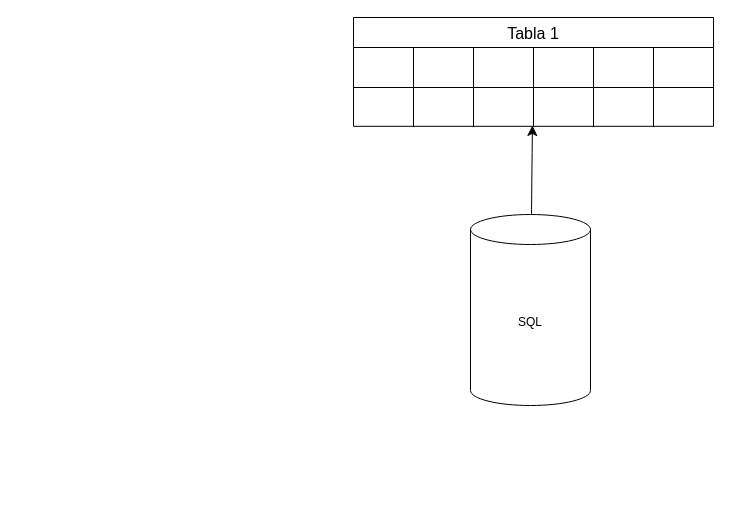
Before: Diagrama sin título.drawio in Andreszxc2001/Sistema-Integral-de-Asistencias-SIA-, a draw.io diagram. Source tidied: cells renumbered, new cells numbered last; positions are measured from the earlier drawing's top-left corner, leaving out a move shared by most shapes. Both pictures are drawn from the tidied source at 100%, with x=0, y=0 at pixel (353, 17).
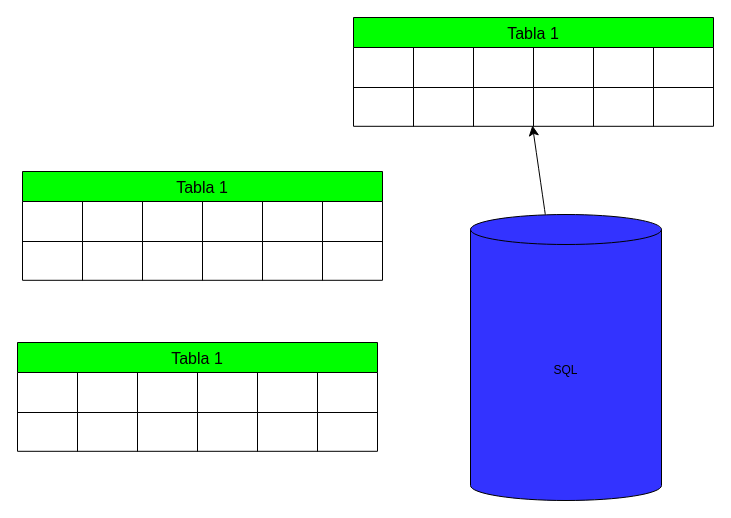
Above is the later version.

The edit, as a diff of the source:
```diff
@@
-<mxGraphModel>
+<mxGraphModel background="#ffffff">
@@
-    <mxCell id="2" value="SQL" style="shape=cylinder3;whiteSpace=wrap;html=1;boundedLbl=1;backgroundOutline=1;size=15;" parent="1" vertex="1">
-      <mxGeometry x="117" y="197" width="120" height="191" as="geometry" />
+    <mxCell id="2" value="SQL" style="shape=cylinder3;whiteSpace=wrap;html=1;boundedLbl=1;backgroundOutline=1;size=15;fillColor=#3333FF;" parent="1" vertex="1">
+      <mxGeometry x="117" y="197" width="191" height="286" as="geometry" />
     </mxCell>
-    <mxCell id="3" value="Tabla 1" style="shape=table;startSize=30;childLayout=tableLayout;strokeColor=default;fontSize=16;" parent="1" vertex="1">
+    <mxCell id="3" value="Tabla 1" style="shape=table;startSize=30;childLayout=tableLayout;strokeColor=#000000;fontSize=16;fillColor=#00FF00;" parent="1" vertex="1">
       <mxGeometry width="360" height="108.8" as="geometry" />
     </mxCell>
@@
+    <mxCell id="19" value="Tabla 1" style="shape=table;startSize=30;childLayout=tableLayout;strokeColor=#000000;fontSize=16;fillColor=#00FF00;" parent="1" vertex="1">
+      <mxGeometry x="-331" y="154" width="360" height="108.8" as="geometry" />
+    </mxCell>
+    <mxCell id="20" style="shape=tableRow;horizontal=0;startSize=0;swimlaneHead=0;swimlaneBody=0;strokeColor=inherit;top=0;left=0;bottom=0;right=0;fillColor=none;fontSize=16;" parent="19" vertex="1">
+      <mxGeometry y="30" width="360" height="40" as="geometry" />
+    </mxCell>
+    <mxCell id="21" style="shape=partialRectangle;html=1;whiteSpace=wrap;strokeColor=inherit;overflow=hidden;fillColor=none;top=0;left=0;bottom=0;right=0;fontSize=16;" parent="20" vertex="1">
+      <mxGeometry width="60" height="40" as="geometry" />
+    </mxCell>
+    <mxCell id="22" style="shape=partialRectangle;html=1;whiteSpace=wrap;strokeColor=inherit;overflow=hidden;fillColor=none;top=0;left=0;bottom=0;right=0;fontSize=16;" parent="20" vertex="1">
+      <mxGeometry x="60" width="60" height="40" as="geometry" />
+    </mxCell>
+    <mxCell id="23" style="shape=partialRectangle;html=1;whiteSpace=wrap;strokeColor=inherit;overflow=hidden;fillColor=none;top=0;left=0;bottom=0;right=0;fontSize=16;" parent="20" vertex="1">
+      <mxGeometry x="120" width="60" height="40" as="geometry" />
+    </mxCell>
+    <mxCell id="24" style="shape=partialRectangle;html=1;whiteSpace=wrap;strokeColor=inherit;overflow=hidden;fillColor=none;top=0;left=0;bottom=0;right=0;fontSize=16;" parent="20" vertex="1">
+      <mxGeometry x="180" width="60" height="40" as="geometry" />
+    </mxCell>
+    <mxCell id="25" style="shape=partialRectangle;html=1;whiteSpace=wrap;strokeColor=inherit;overflow=hidden;fillColor=none;top=0;left=0;bottom=0;right=0;fontSize=16;" parent="20" vertex="1">
+      <mxGeometry x="240" width="60" height="40" as="geometry" />
+    </mxCell>
+    <mxCell id="26" style="shape=partialRectangle;html=1;whiteSpace=wrap;strokeColor=inherit;overflow=hidden;fillColor=none;top=0;left=0;bottom=0;right=0;fontSize=16;" parent="20" vertex="1">
+      <mxGeometry x="300" width="60" height="40" as="geometry" />
+    </mxCell>
+    <mxCell id="27" style="shape=tableRow;horizontal=0;startSize=0;swimlaneHead=0;swimlaneBody=0;strokeColor=inherit;top=0;left=0;bottom=0;right=0;fillColor=none;fontSize=16;" parent="19" vertex="1">
+      <mxGeometry y="70" width="360" height="39" as="geometry" />
+    </mxCell>
+    <mxCell id="28" style="shape=partialRectangle;html=1;whiteSpace=wrap;strokeColor=inherit;overflow=hidden;fillColor=none;top=0;left=0;bottom=0;right=0;fontSize=16;" parent="27" vertex="1">
+      <mxGeometry width="60" height="39" as="geometry" />
+    </mxCell>
+    <mxCell id="29" style="shape=partialRectangle;html=1;whiteSpace=wrap;strokeColor=inherit;overflow=hidden;fillColor=none;top=0;left=0;bottom=0;right=0;fontSize=16;" parent="27" vertex="1">
+      <mxGeometry x="60" width="60" height="39" as="geometry" />
+    </mxCell>
+    <mxCell id="30" style="shape=partialRectangle;html=1;whiteSpace=wrap;strokeColor=inherit;overflow=hidden;fillColor=none;top=0;left=0;bottom=0;right=0;fontSize=16;" parent="27" vertex="1">
+      <mxGeometry x="120" width="60" height="39" as="geometry" />
+    </mxCell>
+    <mxCell id="31" style="shape=partialRectangle;html=1;whiteSpace=wrap;strokeColor=inherit;overflow=hidden;fillColor=none;top=0;left=0;bottom=0;right=0;fontSize=16;" parent="27" vertex="1">
+      <mxGeometry x="180" width="60" height="39" as="geometry" />
+    </mxCell>
+    <mxCell id="32" style="shape=partialRectangle;html=1;whiteSpace=wrap;strokeColor=inherit;overflow=hidden;fillColor=none;top=0;left=0;bottom=0;right=0;fontSize=16;" parent="27" vertex="1">
+      <mxGeometry x="240" width="60" height="39" as="geometry" />
+    </mxCell>
+    <mxCell id="33" style="shape=partialRectangle;html=1;whiteSpace=wrap;strokeColor=inherit;overflow=hidden;fillColor=none;top=0;left=0;bottom=0;right=0;fontSize=16;" parent="27" vertex="1">
+      <mxGeometry x="300" width="60" height="39" as="geometry" />
+    </mxCell>
+    <mxCell id="34" value="Tabla 1" style="shape=table;startSize=30;childLayout=tableLayout;strokeColor=#000000;fontSize=16;fillColor=#00FF00;" parent="1" vertex="1">
+      <mxGeometry x="-336" y="325" width="360" height="108.8" as="geometry" />
+    </mxCell>
+    <mxCell id="35" style="shape=tableRow;horizontal=0;startSize=0;swimlaneHead=0;swimlaneBody=0;strokeColor=inherit;top=0;left=0;bottom=0;right=0;fillColor=none;fontSize=16;" parent="34" vertex="1">
+      <mxGeometry y="30" width="360" height="40" as="geometry" />
+    </mxCell>
+    <mxCell id="36" style="shape=partialRectangle;html=1;whiteSpace=wrap;strokeColor=inherit;overflow=hidden;fillColor=none;top=0;left=0;bottom=0;right=0;fontSize=16;" parent="35" vertex="1">
+      <mxGeometry width="60" height="40" as="geometry" />
+    </mxCell>
+    <mxCell id="37" style="shape=partialRectangle;html=1;whiteSpace=wrap;strokeColor=inherit;overflow=hidden;fillColor=none;top=0;left=0;bottom=0;right=0;fontSize=16;" parent="35" vertex="1">
+      <mxGeometry x="60" width="60" height="40" as="geometry" />
+    </mxCell>
+    <mxCell id="38" style="shape=partialRectangle;html=1;whiteSpace=wrap;strokeColor=inherit;overflow=hidden;fillColor=none;top=0;left=0;bottom=0;right=0;fontSize=16;" parent="35" vertex="1">
+      <mxGeometry x="120" width="60" height="40" as="geometry" />
+    </mxCell>
+    <mxCell id="39" style="shape=partialRectangle;html=1;whiteSpace=wrap;strokeColor=inherit;overflow=hidden;fillColor=none;top=0;left=0;bottom=0;right=0;fontSize=16;" parent="35" vertex="1">
+      <mxGeometry x="180" width="60" height="40" as="geometry" />
+    </mxCell>
+    <mxCell id="40" style="shape=partialRectangle;html=1;whiteSpace=wrap;strokeColor=inherit;overflow=hidden;fillColor=none;top=0;left=0;bottom=0;right=0;fontSize=16;" parent="35" vertex="1">
+      <mxGeometry x="240" width="60" height="40" as="geometry" />
+    </mxCell>
+    <mxCell id="41" style="shape=partialRectangle;html=1;whiteSpace=wrap;strokeColor=inherit;overflow=hidden;fillColor=none;top=0;left=0;bottom=0;right=0;fontSize=16;" parent="35" vertex="1">
+      <mxGeometry x="300" width="60" height="40" as="geometry" />
+    </mxCell>
+    <mxCell id="42" style="shape=tableRow;horizontal=0;startSize=0;swimlaneHead=0;swimlaneBody=0;strokeColor=inherit;top=0;left=0;bottom=0;right=0;fillColor=none;fontSize=16;" parent="34" vertex="1">
+      <mxGeometry y="70" width="360" height="39" as="geometry" />
+    </mxCell>
+    <mxCell id="43" style="shape=partialRectangle;html=1;whiteSpace=wrap;strokeColor=inherit;overflow=hidden;fillColor=none;top=0;left=0;bottom=0;right=0;fontSize=16;" parent="42" vertex="1">
+      <mxGeometry width="60" height="39" as="geometry" />
+    </mxCell>
+    <mxCell id="44" style="shape=partialRectangle;html=1;whiteSpace=wrap;strokeColor=inherit;overflow=hidden;fillColor=none;top=0;left=0;bottom=0;right=0;fontSize=16;" parent="42" vertex="1">
+      <mxGeometry x="60" width="60" height="39" as="geometry" />
+    </mxCell>
+    <mxCell id="45" style="shape=partialRectangle;html=1;whiteSpace=wrap;strokeColor=inherit;overflow=hidden;fillColor=none;top=0;left=0;bottom=0;right=0;fontSize=16;" parent="42" vertex="1">
+      <mxGeometry x="120" width="60" height="39" as="geometry" />
+    </mxCell>
+    <mxCell id="46" style="shape=partialRectangle;html=1;whiteSpace=wrap;strokeColor=inherit;overflow=hidden;fillColor=none;top=0;left=0;bottom=0;right=0;fontSize=16;" parent="42" vertex="1">
+      <mxGeometry x="180" width="60" height="39" as="geometry" />
+    </mxCell>
+    <mxCell id="47" style="shape=partialRectangle;html=1;whiteSpace=wrap;strokeColor=inherit;overflow=hidden;fillColor=none;top=0;left=0;bottom=0;right=0;fontSize=16;" parent="42" vertex="1">
+      <mxGeometry x="240" width="60" height="39" as="geometry" />
+    </mxCell>
+    <mxCell id="48" style="shape=partialRectangle;html=1;whiteSpace=wrap;strokeColor=inherit;overflow=hidden;fillColor=none;top=0;left=0;bottom=0;right=0;fontSize=16;" parent="42" vertex="1">
+      <mxGeometry x="300" width="60" height="39" as="geometry" />
+    </mxCell>
```
